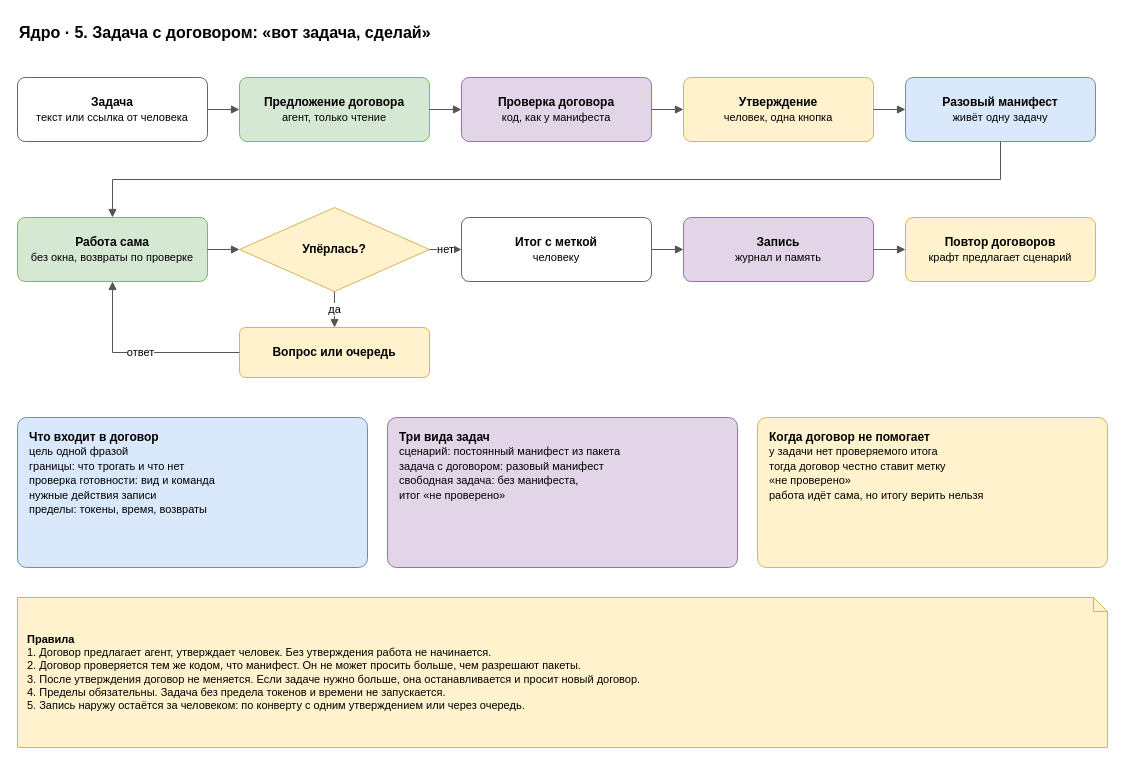
roygkov/reins keeps this draw.io diagram as page "5. Задача с договором" (5 of 7) of docs/spec/harness-core.drawio. Above is the earlier version. Source tidied: cells renumbered, new cells numbered last; positions are measured from the earlier drawing's top-left corner, leaving out a move shared by most shapes. Both pictures are drawn from the tidied source at 100%, with x=0, y=0 at pixel (17, 17).
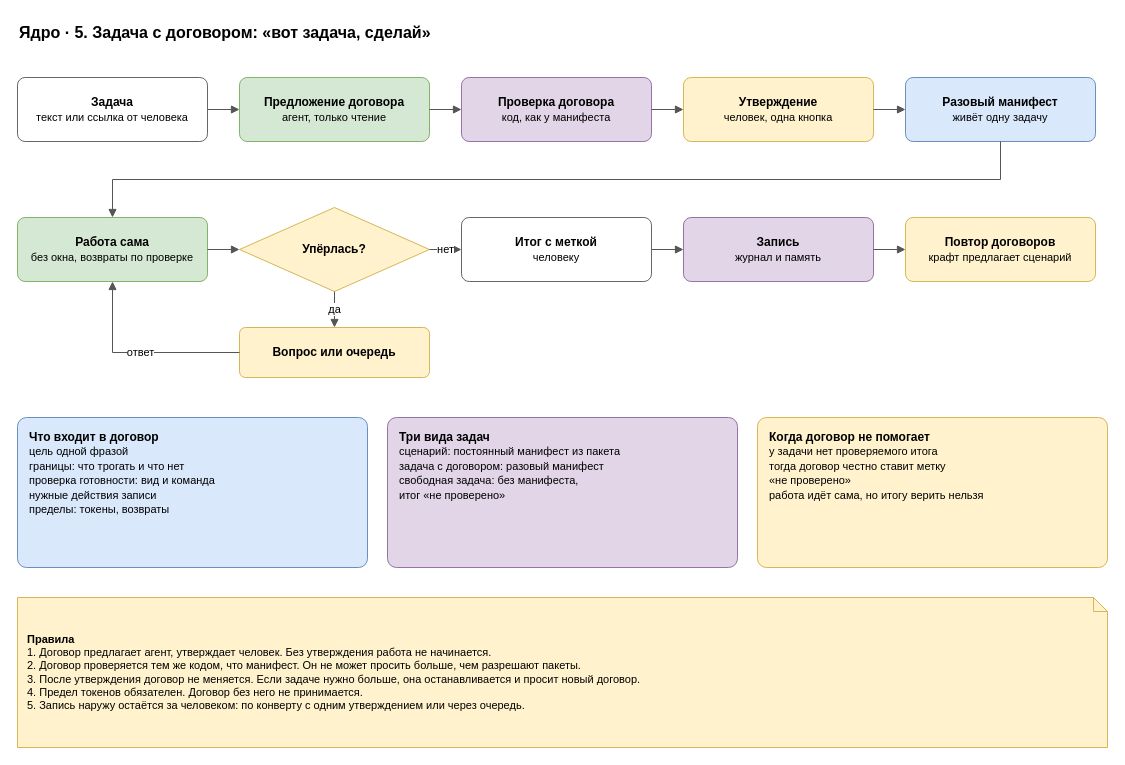
After the change.

Change to the diagram source:
```diff
@@
-    <mxCell id="25" value="&lt;b&gt;Что входит в договор&lt;/b&gt;&lt;br&gt;&lt;font style=&quot;font-size:11px&quot;&gt;цель одной фразой&lt;br&gt;границы: что трогать и что нет&lt;br&gt;проверка готовности: вид и команда&lt;br&gt;нужные действия записи&lt;br&gt;пределы: токены, время, возвраты&lt;/font&gt;" style="rounded=1;whiteSpace=wrap;html=1;fillColor=#dae8fc;strokeColor=#6c8ebf;arcSize=6;align=left;verticalAlign=top;spacingLeft=10;spacingTop=6;spacingRight=6;" parent="1" vertex="1">
+    <mxCell id="25" value="&lt;b&gt;Что входит в договор&lt;/b&gt;&lt;br&gt;&lt;font style=&quot;font-size:11px&quot;&gt;цель одной фразой&lt;br&gt;границы: что трогать и что нет&lt;br&gt;проверка готовности: вид и команда&lt;br&gt;нужные действия записи&lt;br&gt;пределы: токены, возвраты&lt;/font&gt;" style="rounded=1;whiteSpace=wrap;html=1;fillColor=#dae8fc;strokeColor=#6c8ebf;arcSize=6;align=left;verticalAlign=top;spacingLeft=10;spacingTop=6;spacingRight=6;" parent="1" vertex="1">
       <mxGeometry y="400" width="350" height="150" as="geometry" />
     </mxCell>
@@
-    <mxCell id="28" value="&lt;b&gt;Правила&lt;/b&gt;&lt;br&gt;1. Договор предлагает агент, утверждает человек. Без утверждения работа не начинается.&lt;br&gt;2. Договор проверяется тем же кодом, что манифест. Он не может просить больше, чем разрешают пакеты.&lt;br&gt;3. После утверждения договор не меняется. Если задаче нужно больше, она останавливается и просит новый договор.&lt;br&gt;4. Пределы обязательны. Задача без предела токенов и времени не запускается.&lt;br&gt;5. Запись наружу остаётся за человеком: по конверту с одним утверждением или через очередь." style="shape=note;whiteSpace=wrap;html=1;backgroundOutline=1;size=14;fillColor=#fff2cc;strokeColor=#d6b656;align=left;spacingLeft=8;spacingRight=8;fontSize=11;" parent="1" vertex="1">
+    <mxCell id="28" value="&lt;b&gt;Правила&lt;/b&gt;&lt;br&gt;1. Договор предлагает агент, утверждает человек. Без утверждения работа не начинается.&lt;br&gt;2. Договор проверяется тем же кодом, что манифест. Он не может просить больше, чем разрешают пакеты.&lt;br&gt;3. После утверждения договор не меняется. Если задаче нужно больше, она останавливается и просит новый договор.&lt;br&gt;4. Предел токенов обязателен. Договор без него не принимается.&lt;br&gt;5. Запись наружу остаётся за человеком: по конверту с одним утверждением или через очередь." style="shape=note;whiteSpace=wrap;html=1;backgroundOutline=1;size=14;fillColor=#fff2cc;strokeColor=#d6b656;align=left;spacingLeft=8;spacingRight=8;fontSize=11;" parent="1" vertex="1">
       <mxGeometry y="580" width="1090" height="150" as="geometry" />
     </mxCell>
```
